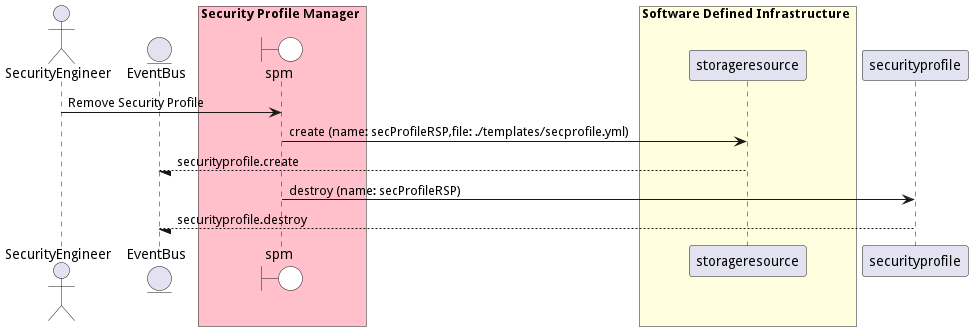
The PlantUML diagram docs/edgemere/sa/spm/usecases/managesecurityprofiles/RemoveSecurityProfile.png in madajaju/edgemere, before a commit.
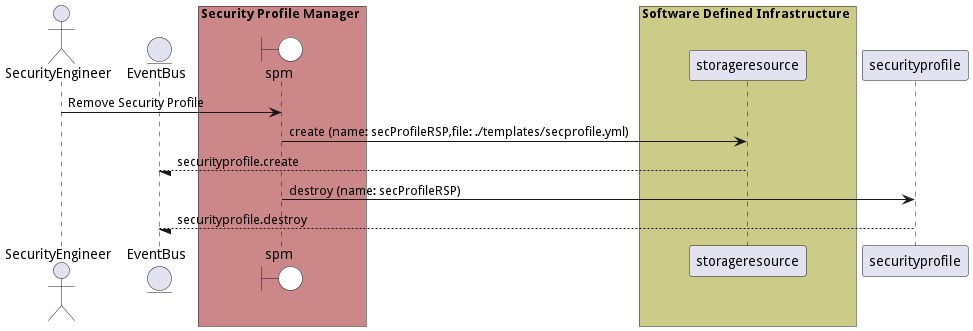
Later version of the same file.

Diff of the diagram source:
```diff
@@ -5,16 +5,16 @@
 
 entity EventBus
 
-box Security Profile Manager #pink
+box Security Profile Manager #cc8888
     boundary spm #white
 end box
 
 
-box Software Defined Infrastructure #lightyellow
+box Software Defined Infrastructure #cccc88
             participant storageresource
     end box
 
-box Security Profile Manager #pink
+box Security Profile Manager #cc8888
     end box
 
 
```
